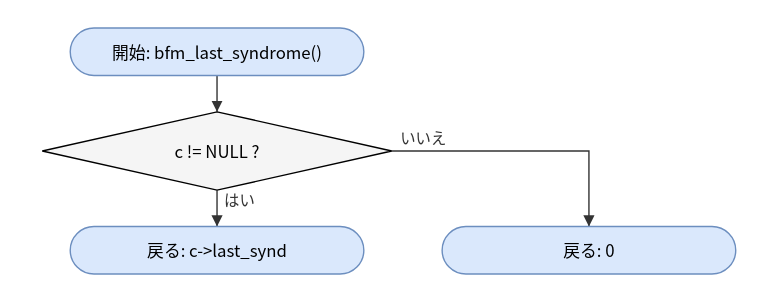
Above: doc/spec/images/flow_src_bfm_ops-bfm_last_syndrome.drawio.svg in hf355051012-ai/bfmem (draw.io), before the change. Source tidied: cells renumbered, new cells last; positions are measured from the earlier drawing's top-left corner, leaving out a move shared by most shapes. Its diagram source:
```xml
<mxGraphModel>
  <root>
    <mxCell id="0" />
    <mxCell id="1" parent="0" />
    <mxCell id="2" value="開始: bfm_last_syndrome()" style="rounded=1;arcSize=50;whiteSpace=wrap;html=1;fillColor=#dae8fc;strokeColor=#6c8ebf;" parent="1" vertex="1">
      <mxGeometry x="20" width="210" height="34" as="geometry" />
    </mxCell>
    <mxCell id="3" value="c != NULL ?" style="rhombus;whiteSpace=wrap;html=1;fillColor=#f5f5f5;" parent="1" vertex="1">
      <mxGeometry y="60" width="250" height="56" as="geometry" />
    </mxCell>
    <mxCell id="4" value="戻る: c-&amp;gt;last_synd" style="rounded=1;arcSize=50;whiteSpace=wrap;html=1;fillColor=#dae8fc;strokeColor=#6c8ebf;" parent="1" vertex="1">
      <mxGeometry x="20" y="142" width="210" height="34" as="geometry" />
    </mxCell>
    <mxCell id="5" value="戻る: 0" style="rounded=1;arcSize=50;whiteSpace=wrap;html=1;fillColor=#dae8fc;strokeColor=#6c8ebf;" parent="1" vertex="1">
      <mxGeometry x="286" y="142" width="210" height="34" as="geometry" />
    </mxCell>
    <mxCell id="6" style="edgeStyle=none;html=1;rounded=0;endArrow=block;endFill=1;exitX=0.5000;exitY=1.0000;exitDx=0;exitDy=0;exitPerimeter=0;entryX=0.5000;entryY=0.0000;entryDx=0;entryDy=0;entryPerimeter=0;" parent="1" edge="1" source="2" target="3">
      <mxGeometry relative="1" as="geometry" />
    </mxCell>
    <mxCell id="7" value="はい" style="edgeStyle=none;html=1;rounded=0;endArrow=block;endFill=1;exitX=0.5000;exitY=1.0000;exitDx=0;exitDy=0;exitPerimeter=0;entryX=0.5000;entryY=0.0000;entryDx=0;entryDy=0;entryPerimeter=0;" parent="1" edge="1" source="3" target="4">
      <mxGeometry relative="1" as="geometry" />
    </mxCell>
    <mxCell id="8" value="いいえ" style="edgeStyle=none;html=1;rounded=0;endArrow=block;endFill=1;exitX=1.0000;exitY=0.5000;exitDx=0;exitDy=0;exitPerimeter=0;entryX=0.5000;entryY=0.0000;entryDx=0;entryDy=0;entryPerimeter=0;" parent="1" edge="1" source="3" target="5">
      <mxGeometry relative="1" as="geometry">
        <Array as="points">
          <mxPoint x="391" y="88" />
        </Array>
      </mxGeometry>
    </mxCell>
  </root>
</mxGraphModel>
```
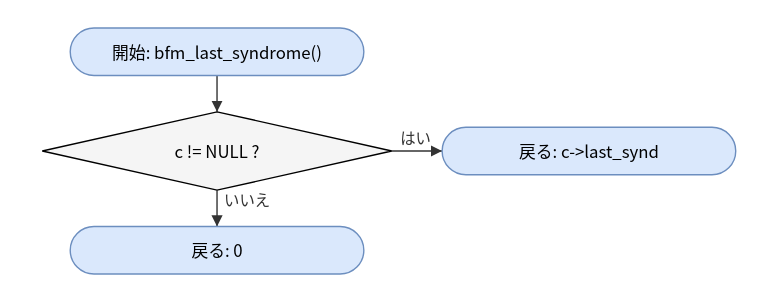
Later version of the same file.

The edit, as a diff of the source:
```diff
@@ -9,23 +9,19 @@
       <mxGeometry y="60" width="250" height="56" as="geometry" />
     </mxCell>
     <mxCell id="4" value="戻る: c-&amp;gt;last_synd" style="rounded=1;arcSize=50;whiteSpace=wrap;html=1;fillColor=#dae8fc;strokeColor=#6c8ebf;" parent="1" vertex="1">
-      <mxGeometry x="20" y="142" width="210" height="34" as="geometry" />
+      <mxGeometry x="286" y="71" width="210" height="34" as="geometry" />
     </mxCell>
     <mxCell id="5" value="戻る: 0" style="rounded=1;arcSize=50;whiteSpace=wrap;html=1;fillColor=#dae8fc;strokeColor=#6c8ebf;" parent="1" vertex="1">
-      <mxGeometry x="286" y="142" width="210" height="34" as="geometry" />
+      <mxGeometry x="20" y="142" width="210" height="34" as="geometry" />
     </mxCell>
     <mxCell id="6" style="edgeStyle=none;html=1;rounded=0;endArrow=block;endFill=1;exitX=0.5000;exitY=1.0000;exitDx=0;exitDy=0;exitPerimeter=0;entryX=0.5000;entryY=0.0000;entryDx=0;entryDy=0;entryPerimeter=0;" parent="1" edge="1" source="2" target="3">
       <mxGeometry relative="1" as="geometry" />
     </mxCell>
-    <mxCell id="7" value="はい" style="edgeStyle=none;html=1;rounded=0;endArrow=block;endFill=1;exitX=0.5000;exitY=1.0000;exitDx=0;exitDy=0;exitPerimeter=0;entryX=0.5000;entryY=0.0000;entryDx=0;entryDy=0;entryPerimeter=0;" parent="1" edge="1" source="3" target="4">
+    <mxCell id="7" value="はい" style="edgeStyle=none;html=1;rounded=0;endArrow=block;endFill=1;exitX=1.0000;exitY=0.5000;exitDx=0;exitDy=0;exitPerimeter=0;entryX=0.0000;entryY=0.5000;entryDx=0;entryDy=0;entryPerimeter=0;" parent="1" edge="1" source="3" target="4">
       <mxGeometry relative="1" as="geometry" />
     </mxCell>
-    <mxCell id="8" value="いいえ" style="edgeStyle=none;html=1;rounded=0;endArrow=block;endFill=1;exitX=1.0000;exitY=0.5000;exitDx=0;exitDy=0;exitPerimeter=0;entryX=0.5000;entryY=0.0000;entryDx=0;entryDy=0;entryPerimeter=0;" parent="1" edge="1" source="3" target="5">
-      <mxGeometry relative="1" as="geometry">
-        <Array as="points">
-          <mxPoint x="391" y="88" />
-        </Array>
-      </mxGeometry>
+    <mxCell id="8" value="いいえ" style="edgeStyle=none;html=1;rounded=0;endArrow=block;endFill=1;exitX=0.5000;exitY=1.0000;exitDx=0;exitDy=0;exitPerimeter=0;entryX=0.5000;entryY=0.0000;entryDx=0;entryDy=0;entryPerimeter=0;" parent="1" edge="1" source="3" target="5">
+      <mxGeometry relative="1" as="geometry" />
     </mxCell>
   </root>
 </mxGraphModel>
```
